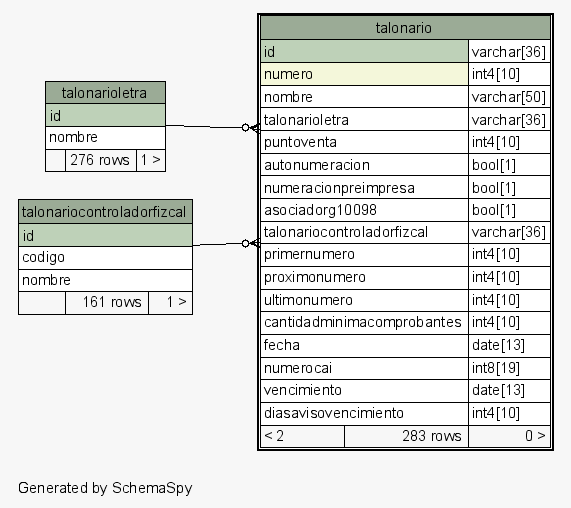
This is postgresql/schemaSpy/salida/diagrams/talonario.1degree.png from diegopablomansilla/massoftware_front, a Graphviz export, as it was before one commit. Its source is kept beside it as postgresql/schemaSpy/salida/diagrams/talonario.1degree.dot.
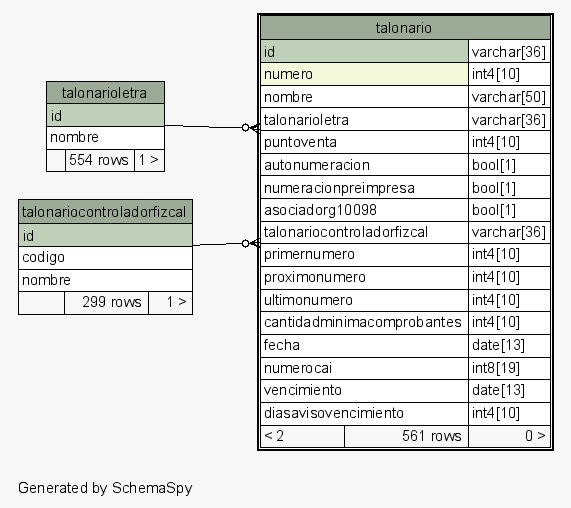
After the change.

What changed in the source:
```diff
@@ -40,7 +40,7 @@
       <TR><TD PORT="numerocai" COLSPAN="2" ALIGN="LEFT">numerocai</TD><TD PORT="numerocai.type" ALIGN="LEFT">int8[19]</TD></TR>
       <TR><TD PORT="vencimiento" COLSPAN="2" ALIGN="LEFT">vencimiento</TD><TD PORT="vencimiento.type" ALIGN="LEFT">date[13]</TD></TR>
       <TR><TD PORT="diasavisovencimiento" COLSPAN="2" ALIGN="LEFT">diasavisovencimiento</TD><TD PORT="diasavisovencimiento.type" ALIGN="LEFT">int4[10]</TD></TR>
-      <TR><TD ALIGN="LEFT" BGCOLOR="#f7f7f7">&lt; 2</TD><TD ALIGN="RIGHT" BGCOLOR="#f7f7f7">283 rows</TD><TD ALIGN="RIGHT" BGCOLOR="#f7f7f7">0 &gt;</TD></TR>
+      <TR><TD ALIGN="LEFT" BGCOLOR="#f7f7f7">&lt; 2</TD><TD ALIGN="RIGHT" BGCOLOR="#f7f7f7">561 rows</TD><TD ALIGN="RIGHT" BGCOLOR="#f7f7f7">0 &gt;</TD></TR>
     </TABLE>>
     URL="talonario.html"
     tooltip="talonario"
@@ -52,7 +52,7 @@
       <TR><TD PORT="id" COLSPAN="3" BGCOLOR="#bed1b8" ALIGN="LEFT">id</TD></TR>
       <TR><TD PORT="codigo" COLSPAN="3" ALIGN="LEFT">codigo</TD></TR>
       <TR><TD PORT="nombre" COLSPAN="3" ALIGN="LEFT">nombre</TD></TR>
-      <TR><TD ALIGN="LEFT" BGCOLOR="#f7f7f7">  </TD><TD ALIGN="RIGHT" BGCOLOR="#f7f7f7">161 rows</TD><TD ALIGN="RIGHT" BGCOLOR="#f7f7f7">1 &gt;</TD></TR>
+      <TR><TD ALIGN="LEFT" BGCOLOR="#f7f7f7">  </TD><TD ALIGN="RIGHT" BGCOLOR="#f7f7f7">299 rows</TD><TD ALIGN="RIGHT" BGCOLOR="#f7f7f7">1 &gt;</TD></TR>
     </TABLE>>
     URL="talonariocontroladorfizcal.html"
     tooltip="talonariocontroladorfizcal"
@@ -63,7 +63,7 @@
       <TR><TD COLSPAN="3" BGCOLOR="#9bab96" ALIGN="CENTER">talonarioletra</TD></TR>
       <TR><TD PORT="id" COLSPAN="3" BGCOLOR="#bed1b8" ALIGN="LEFT">id</TD></TR>
       <TR><TD PORT="nombre" COLSPAN="3" ALIGN="LEFT">nombre</TD></TR>
-      <TR><TD ALIGN="LEFT" BGCOLOR="#f7f7f7">  </TD><TD ALIGN="RIGHT" BGCOLOR="#f7f7f7">276 rows</TD><TD ALIGN="RIGHT" BGCOLOR="#f7f7f7">1 &gt;</TD></TR>
+      <TR><TD ALIGN="LEFT" BGCOLOR="#f7f7f7">  </TD><TD ALIGN="RIGHT" BGCOLOR="#f7f7f7">554 rows</TD><TD ALIGN="RIGHT" BGCOLOR="#f7f7f7">1 &gt;</TD></TR>
     </TABLE>>
     URL="talonarioletra.html"
     tooltip="talonarioletra"
```
